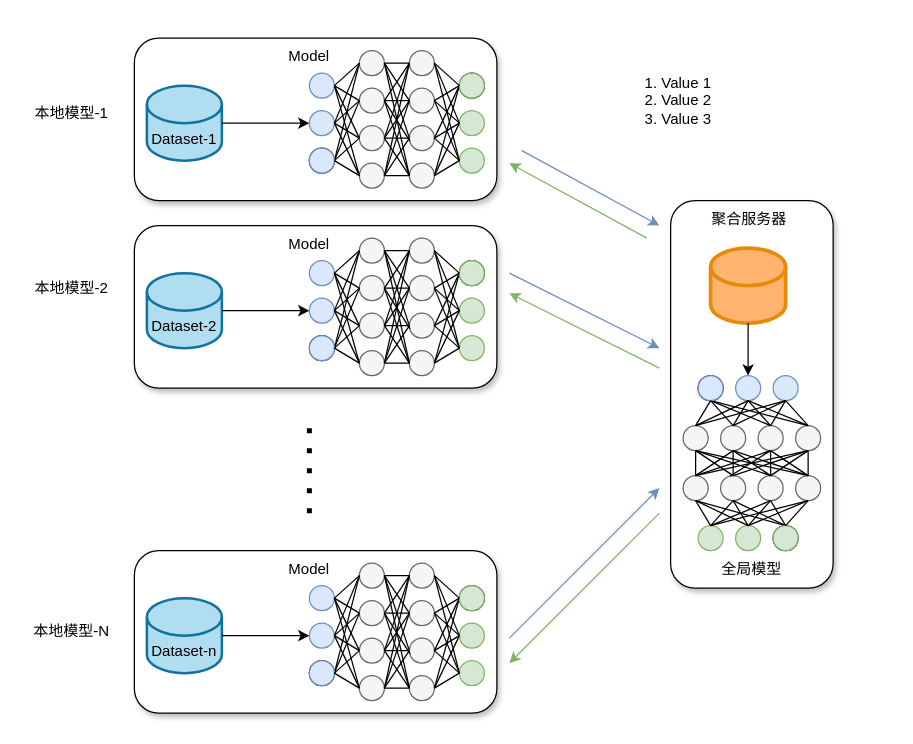
This is drawio/联邦学习.drawio from ShizhongP/dl-notes, a draw.io file, before an edit. Source tidied: cells renumbered, new cells numbered last; positions are measured from the earlier drawing's top-left corner, leaving out a move shared by most shapes. Both pictures are drawn from the tidied source at 125%, with x=0, y=0 at pixel (21, 38).
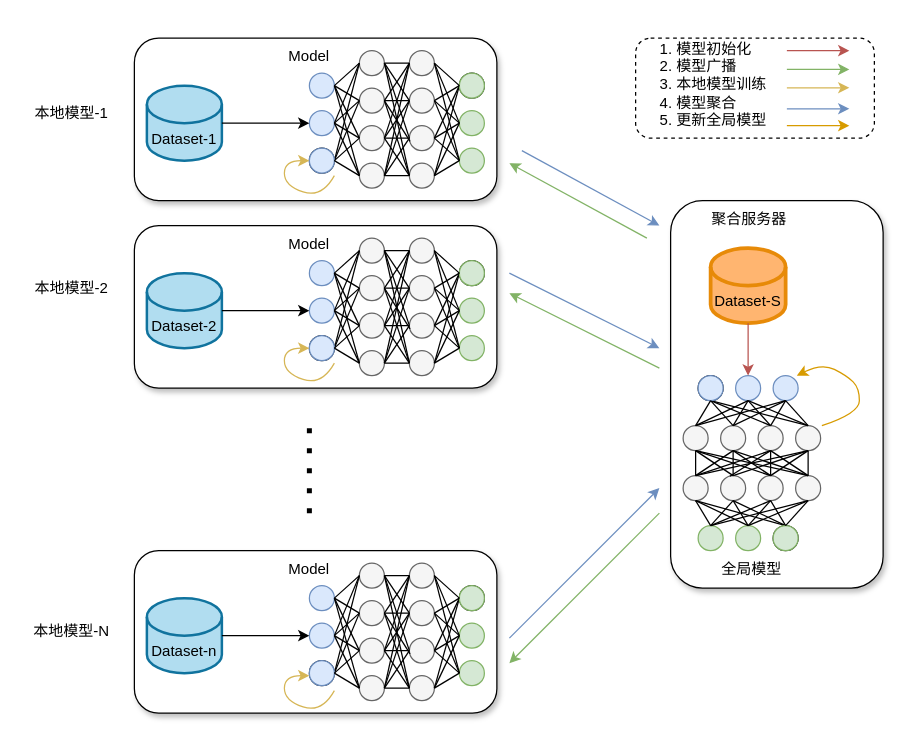
The same page after the edit.

Commit message:
更新联邦学习.drawio

Unchanged cells that the change refers to:
```xml
<mxCell id="2" style="group;" parent="1" vertex="1">
  <mxGeometry x="90" width="290" height="130" as="geometry" />
</mxCell>
<mxCell id="65" style="group;" parent="1" vertex="1">
  <mxGeometry x="90" y="150" width="290" height="130" as="geometry" />
</mxCell>
<mxCell id="128" style="group;" parent="1" vertex="1">
  <mxGeometry x="90" y="410" width="290" height="130" as="geometry" />
</mxCell>
<mxCell id="195" style="ellipse;whiteSpace=wrap;html=1;fillColor=#dae8fc;strokeColor=#6c8ebf;rotation=-270;" parent="193" vertex="1">
  <mxGeometry x="57" y="-15" width="20" height="20" as="geometry" />
</mxCell>
```

The edit, as a diff of the source:
```diff
@@
+    <mxCell id="266" style="rounded=1;whiteSpace=wrap;html=1;dashed=1;shadow=0;glass=0;" parent="1" vertex="1">
+      <mxGeometry x="491" width="191" height="80" as="geometry" />
+    </mxCell>
@@
+    <mxCell id="267" style="curved=1;endArrow=classic;html=1;rounded=0;fillColor=#fff2cc;strokeColor=#d6b656;" parent="2" edge="1">
+      <mxGeometry relative="1" as="geometry">
+        <mxPoint x="160" y="110" as="sourcePoint" />
+        <mxPoint x="140" y="98" as="targetPoint" />
+        <Array as="points">
+          <mxPoint x="150" y="128" />
+          <mxPoint x="120" y="118" />
+          <mxPoint x="120" y="98" />
+        </Array>
+      </mxGeometry>
+    </mxCell>
@@
+    <mxCell id="268" style="curved=1;endArrow=classic;html=1;rounded=0;fillColor=#fff2cc;strokeColor=#d6b656;" parent="65" edge="1">
+      <mxGeometry relative="1" as="geometry">
+        <mxPoint x="160" y="110" as="sourcePoint" />
+        <mxPoint x="140" y="98" as="targetPoint" />
+        <Array as="points">
+          <mxPoint x="150" y="128" />
+          <mxPoint x="120" y="118" />
+          <mxPoint x="120" y="98" />
+        </Array>
+      </mxGeometry>
+    </mxCell>
@@
+    <mxCell id="269" style="curved=1;endArrow=classic;html=1;rounded=0;fillColor=#fff2cc;strokeColor=#d6b656;" parent="128" edge="1">
+      <mxGeometry relative="1" as="geometry">
+        <mxPoint x="160" y="112" as="sourcePoint" />
+        <mxPoint x="140" y="100" as="targetPoint" />
+        <Array as="points">
+          <mxPoint x="150" y="130" />
+          <mxPoint x="120" y="120" />
+          <mxPoint x="120" y="100" />
+        </Array>
+      </mxGeometry>
+    </mxCell>
     <mxCell id="191" style="group;rotation=-90;" parent="1" vertex="1">
-      <mxGeometry x="439" y="210" width="300" height="140" as="geometry" />
+      <mxGeometry x="439" y="210" width="320" height="160" as="geometry" />
     </mxCell>
     <mxCell id="192" style="rounded=1;whiteSpace=wrap;html=1;shadow=1;rotation=-270;" parent="191" vertex="1">
-      <mxGeometry x="-10" y="10" width="310" height="130" as="geometry" />
+      <mxGeometry x="10" y="-10" width="310" height="170" as="geometry" />
     </mxCell>
@@
-    <mxCell id="251" style="shape=cylinder3;whiteSpace=wrap;html=1;boundedLbl=1;backgroundOutline=1;size=15;fillColor=#FFB570;strokeColor=#e78a08;rotation=0;strokeWidth=3;" parent="191" vertex="1">
+    <mxCell id="251" value="Dataset-S" style="shape=cylinder3;whiteSpace=wrap;html=1;boundedLbl=1;backgroundOutline=1;size=15;fillColor=#FFB570;strokeColor=#e78a08;rotation=0;strokeWidth=3;" parent="191" vertex="1">
       <mxGeometry x="112" y="-42" width="60" height="60" as="geometry" />
     </mxCell>
@@
-    <mxCell id="253" style="endArrow=classic;html=1;rounded=0;exitX=0.5;exitY=1;exitDx=0;exitDy=0;exitPerimeter=0;entryX=0;entryY=0.5;entryDx=0;entryDy=0;" parent="191" edge="1" source="251" target="195">
+    <mxCell id="253" style="endArrow=classic;html=1;rounded=0;exitX=0.5;exitY=1;exitDx=0;exitDy=0;exitPerimeter=0;entryX=0;entryY=0.5;entryDx=0;entryDy=0;fillColor=#f8cecc;strokeColor=#b85450;" parent="191" edge="1" source="251" target="195">
       <mxGeometry relative="1" as="geometry" />
     </mxCell>
@@
+    <mxCell id="270" style="curved=1;endArrow=classic;html=1;rounded=0;fillColor=#ffe6cc;strokeColor=#d79b00;" parent="191" edge="1">
+      <mxGeometry relative="1" as="geometry">
+        <mxPoint x="201" y="100" as="sourcePoint" />
+        <mxPoint x="181" y="60" as="targetPoint" />
+        <Array as="points">
+          <mxPoint x="231" y="90" />
+          <mxPoint x="231" y="70" />
+          <mxPoint x="221" y="60" />
+          <mxPoint x="201" y="50" />
+        </Array>
+      </mxGeometry>
+    </mxCell>
@@
-    <mxCell id="265" value="&lt;ol&gt;&lt;li&gt;Value 1&lt;/li&gt;&lt;li&gt;Value 2&lt;/li&gt;&lt;li&gt;Value 3&lt;/li&gt;&lt;/ol&gt;" style="text;strokeColor=none;fillColor=none;html=1;whiteSpace=wrap;verticalAlign=middle;overflow=hidden;" parent="1" vertex="1">
-      <mxGeometry x="470" y="10" width="190" height="80" as="geometry" />
+    <mxCell id="265" value="&lt;ol&gt;&lt;li&gt;模型初始化&lt;/li&gt;&lt;li&gt;模型广播&lt;/li&gt;&lt;li&gt;本地模型训练&lt;/li&gt;&lt;li&gt;模型聚合&lt;/li&gt;&lt;li&gt;更新全局模型&lt;/li&gt;&lt;/ol&gt;" style="text;strokeColor=none;fillColor=none;html=1;whiteSpace=wrap;verticalAlign=middle;overflow=hidden;dashed=1;dashPattern=12 12;" parent="1" vertex="1">
+      <mxGeometry x="482" y="-13" width="180" height="98" as="geometry" />
     </mxCell>
+    <mxCell id="271" style="endArrow=classic;html=1;rounded=0;fillColor=#f8cecc;strokeColor=#b85450;" parent="1" edge="1">
+      <mxGeometry relative="1" as="geometry">
+        <mxPoint x="612" y="10" as="sourcePoint" />
+        <mxPoint x="662" y="10" as="targetPoint" />
+      </mxGeometry>
+    </mxCell>
+    <mxCell id="272" style="endArrow=classic;html=1;rounded=0;fillColor=#d5e8d4;strokeColor=#82b366;" parent="1" edge="1">
+      <mxGeometry relative="1" as="geometry">
+        <mxPoint x="612" y="25" as="sourcePoint" />
+        <mxPoint x="662" y="25" as="targetPoint" />
+      </mxGeometry>
+    </mxCell>
+    <mxCell id="273" style="endArrow=classic;html=1;rounded=0;fillColor=#dae8fc;strokeColor=#6c8ebf;" parent="1" edge="1">
+      <mxGeometry relative="1" as="geometry">
+        <mxPoint x="612" y="56.5" as="sourcePoint" />
+        <mxPoint x="662" y="56.5" as="targetPoint" />
+      </mxGeometry>
+    </mxCell>
+    <mxCell id="274" style="endArrow=classic;html=1;rounded=0;fillColor=#ffe6cc;strokeColor=#d79b00;" parent="1" edge="1">
+      <mxGeometry relative="1" as="geometry">
+        <mxPoint x="612" y="70" as="sourcePoint" />
+        <mxPoint x="662" y="70" as="targetPoint" />
+      </mxGeometry>
+    </mxCell>
+    <mxCell id="275" style="endArrow=classic;html=1;rounded=0;fillColor=#fff2cc;strokeColor=#d6b656;" parent="1" edge="1">
+      <mxGeometry relative="1" as="geometry">
+        <mxPoint x="612" y="39.7" as="sourcePoint" />
+        <mxPoint x="662" y="39.7" as="targetPoint" />
+      </mxGeometry>
+    </mxCell>
```
